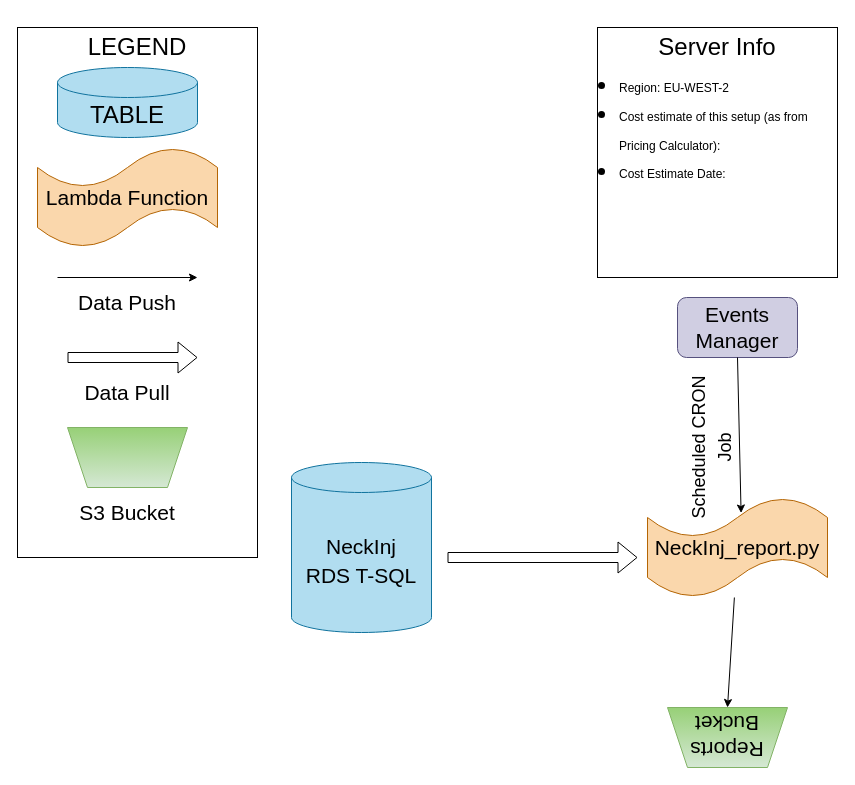
Before: Tracking_AWS_Structure.drawio in ancollis757/trackingtables, a draw.io diagram. Source tidied: cells renumbered, new cells numbered last; positions are measured from the earlier drawing's top-left corner, leaving out a move shared by most shapes. Both pictures are drawn from the tidied source at 100%, with x=0, y=0 at pixel (17, 27).
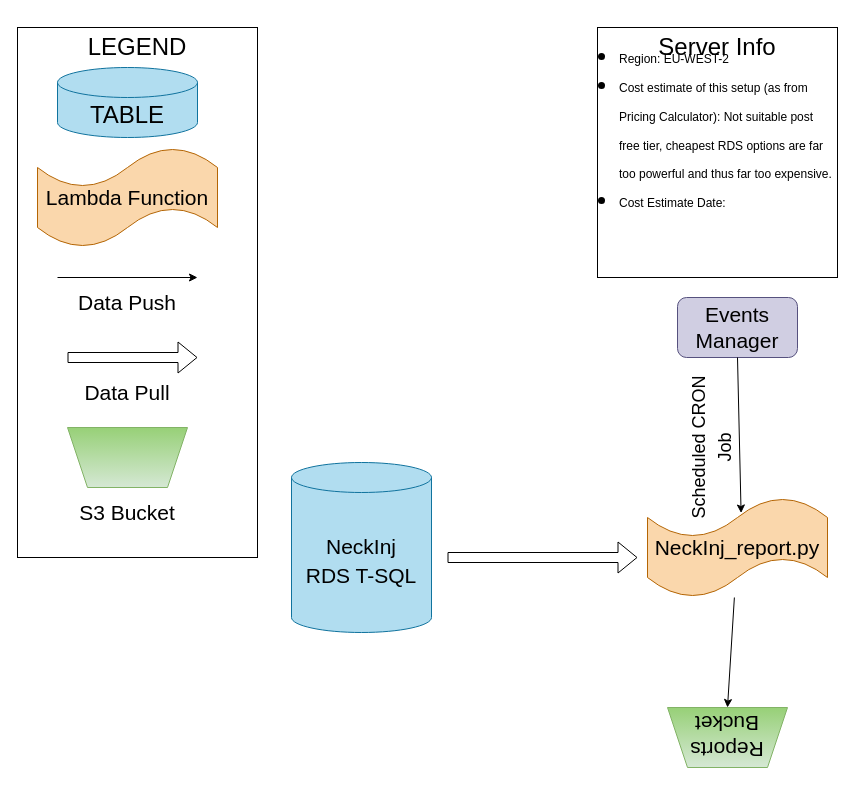
The same diagram, later.

The edit, as a diff of the source:
```diff
@@
-    <mxCell id="7" value="&lt;ul&gt;&lt;li&gt;&lt;font style=&quot;font-size: 12px;&quot;&gt;Region: EU-WEST-2&lt;/font&gt;&lt;/li&gt;&lt;li&gt;&lt;font style=&quot;font-size: 12px;&quot;&gt;Cost estimate of this setup (as from Pricing Calculator):&lt;/font&gt;&lt;/li&gt;&lt;li&gt;&lt;font style=&quot;font-size: 12px;&quot;&gt;Cost Estimate Date:&lt;/font&gt;&lt;/li&gt;&lt;/ul&gt;" style="text;html=1;strokeColor=none;fillColor=none;align=left;verticalAlign=middle;whiteSpace=wrap;rounded=0;fontSize=24;" parent="1" vertex="1">
+    <mxCell id="7" value="&lt;ul&gt;&lt;li&gt;&lt;font style=&quot;font-size: 12px;&quot;&gt;Region: EU-WEST-2&lt;/font&gt;&lt;/li&gt;&lt;li&gt;&lt;font style=&quot;font-size: 12px;&quot;&gt;Cost estimate of this setup (as from Pricing Calculator): Not suitable post free tier, cheapest RDS options are far too powerful and thus far too expensive.&lt;/font&gt;&lt;/li&gt;&lt;li&gt;&lt;font style=&quot;font-size: 12px;&quot;&gt;Cost Estimate Date:&lt;/font&gt;&lt;/li&gt;&lt;/ul&gt;" style="text;html=1;strokeColor=none;fillColor=none;align=left;verticalAlign=middle;whiteSpace=wrap;rounded=0;fontSize=24;" parent="1" vertex="1">
       <mxGeometry x="560" y="50" width="260" height="100" as="geometry" />
     </mxCell>
```
